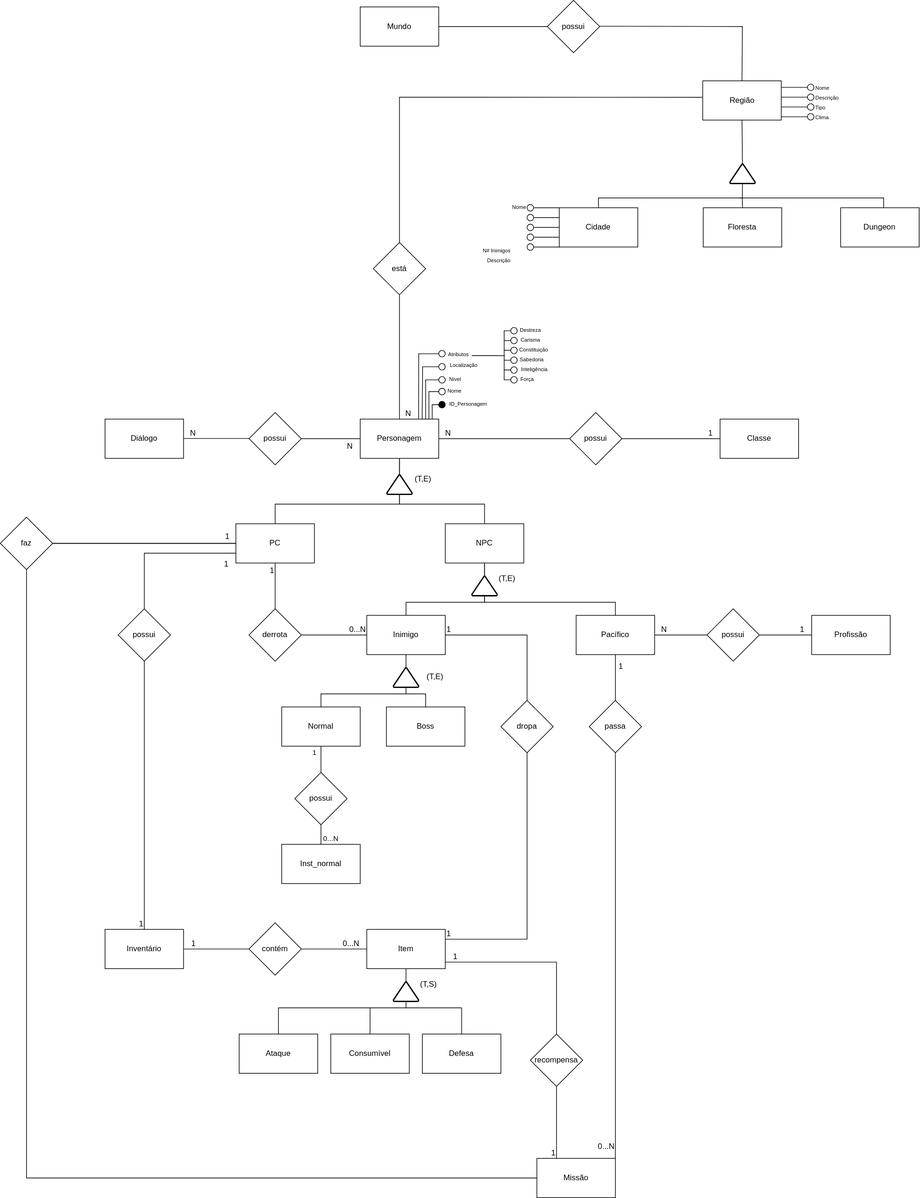
The draw.io diagram docs/modulo_01/DER.drawio.svg in SBD1/2024.2-D-D-classico, before a commit. Source tidied: cells renumbered, new cells last; positions are measured from the earlier drawing's top-left corner, leaving out a move shared by most shapes.
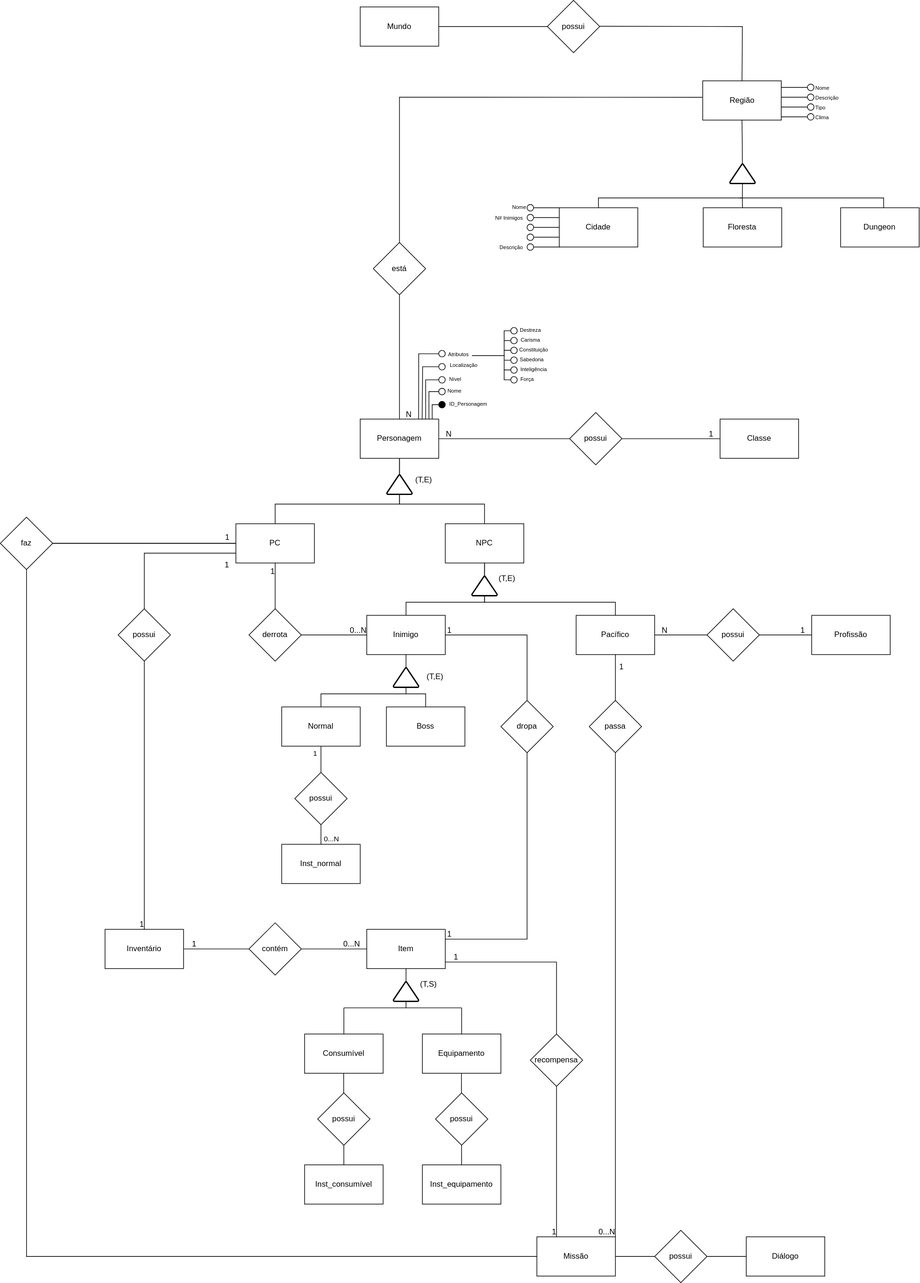
Later version of the same file.

What changed in the source:
```diff
@@ -99,12 +99,6 @@
     <mxCell id="25" value="contém" style="rhombus;whiteSpace=wrap;html=1;rounded=0;" parent="1" vertex="1">
       <mxGeometry x="380" y="1410" width="80" height="80" as="geometry" />
     </mxCell>
-    <mxCell id="26" value="possui" style="rhombus;whiteSpace=wrap;html=1;rounded=0;" parent="1" vertex="1">
-      <mxGeometry x="380" y="630" width="80" height="80" as="geometry" />
-    </mxCell>
-    <mxCell id="27" value="Diálogo" style="whiteSpace=wrap;html=1;rounded=0;" parent="1" vertex="1">
-      <mxGeometry x="160" y="640" width="120" height="60" as="geometry" />
-    </mxCell>
     <mxCell id="28" style="edgeStyle=orthogonalEdgeStyle;rounded=0;jettySize=auto;html=1;endArrow=none;endFill=0;" parent="1" edge="1" source="29" target="30">
       <mxGeometry relative="1" as="geometry" />
     </mxCell>
@@ -127,7 +121,7 @@
       <mxGeometry y="790" width="80" height="80" as="geometry" />
     </mxCell>
     <mxCell id="35" value="Missão" style="rounded=0;whiteSpace=wrap;html=1;" parent="1" vertex="1">
-      <mxGeometry x="820" y="1770" width="120" height="60" as="geometry" />
+      <mxGeometry x="820" y="1890" width="120" height="60" as="geometry" />
     </mxCell>
     <mxCell id="36" style="edgeStyle=orthogonalEdgeStyle;rounded=0;jettySize=auto;html=1;exitX=0.5;exitY=1;exitDx=0;exitDy=0;entryX=1;entryY=0;entryDx=0;entryDy=0;endArrow=none;endFill=0;" parent="1" edge="1" source="37" target="35">
       <mxGeometry relative="1" as="geometry" />
@@ -161,25 +155,6 @@
         <mxPoint x="20" as="offset" />
       </mxGeometry>
     </mxCell>
-    <mxCell id="44" style="endArrow=none;html=1;rounded=0;entryX=1;entryY=0.5;entryDx=0;entryDy=0;exitX=0;exitY=0.5;exitDx=0;exitDy=0;" parent="1" edge="1">
-      <mxGeometry relative="1" as="geometry">
-        <mxPoint x="380" y="669.7" as="sourcePoint" />
-        <mxPoint x="280" y="669.7" as="targetPoint" />
-      </mxGeometry>
-    </mxCell>
-    <mxCell id="45" value="N" style="html=1;whiteSpace=wrap;align=right;verticalAlign=bottom;" parent="44" vertex="1">
-      <mxGeometry x="1" relative="1" as="geometry">
-        <mxPoint x="20" as="offset" />
-      </mxGeometry>
-    </mxCell>
-    <mxCell id="46" style="endArrow=none;html=1;rounded=0;exitX=1;exitY=0.5;exitDx=0;exitDy=0;entryX=0;entryY=0.5;entryDx=0;entryDy=0;" parent="1" edge="1" source="26" target="8">
-      <mxGeometry relative="1" as="geometry" />
-    </mxCell>
-    <mxCell id="47" value="N" style="html=1;whiteSpace=wrap;align=right;verticalAlign=bottom;" parent="46" vertex="1">
-      <mxGeometry x="1" relative="1" as="geometry">
-        <mxPoint x="-10" y="20" as="offset" />
-      </mxGeometry>
-    </mxCell>
     <mxCell id="48" style="endArrow=none;html=1;rounded=0;entryX=0;entryY=0.5;entryDx=0;entryDy=0;" parent="1" edge="1" target="15">
       <mxGeometry relative="1" as="geometry">
         <mxPoint x="460" y="970" as="sourcePoint" />
@@ -277,7 +252,7 @@
       <mxGeometry x="1" relative="1" as="geometry" />
     </mxCell>
     <mxCell id="69" value="0...N" style="html=1;whiteSpace=wrap;align=right;verticalAlign=bottom;" parent="1" vertex="1">
-      <mxGeometry x="940" y="1760" as="geometry" />
+      <mxGeometry x="940" y="1890" as="geometry" />
     </mxCell>
     <mxCell id="70" value="1" style="html=1;whiteSpace=wrap;align=right;verticalAlign=bottom;" parent="1" vertex="1">
       <mxGeometry x="980" y="1030" as="geometry">
@@ -320,9 +295,9 @@
       <mxGeometry x="650" y="1020" width="60" height="30" as="geometry" />
     </mxCell>
     <mxCell id="80" value="Consumível" style="whiteSpace=wrap;html=1;rounded=0;" parent="1" vertex="1">
-      <mxGeometry x="505" y="1580" width="120" height="60" as="geometry" />
+      <mxGeometry x="465" y="1580" width="120" height="60" as="geometry" />
     </mxCell>
-    <mxCell id="81" value="Defesa" style="whiteSpace=wrap;html=1;rounded=0;" parent="1" vertex="1">
+    <mxCell id="81" value="Equipamento" style="whiteSpace=wrap;html=1;rounded=0;" parent="1" vertex="1">
       <mxGeometry x="645" y="1580" width="120" height="60" as="geometry" />
     </mxCell>
     <mxCell id="82" style="endArrow=none;html=1;rounded=0;exitX=0.5;exitY=1;exitDx=0;exitDy=0;" parent="1" edge="1" source="95">
@@ -341,7 +316,7 @@
     </mxCell>
     <mxCell id="84" style="endArrow=none;html=1;rounded=0;exitX=0.5;exitY=0;exitDx=0;exitDy=0;" parent="1" edge="1" source="80">
       <mxGeometry relative="1" as="geometry">
-        <mxPoint x="565" y="1540" as="targetPoint" />
+        <mxPoint x="525" y="1540" as="targetPoint" />
       </mxGeometry>
     </mxCell>
     <mxCell id="85" style="endArrow=none;html=1;rounded=0;entryX=0.5;entryY=0;entryDx=0;entryDy=0;" parent="1" edge="1" target="81">
@@ -352,18 +327,6 @@
         </Array>
       </mxGeometry>
     </mxCell>
-    <mxCell id="86" value="Ataque" style="whiteSpace=wrap;html=1;rounded=0;" parent="1" vertex="1">
-      <mxGeometry x="365" y="1580" width="120" height="60" as="geometry" />
-    </mxCell>
-    <mxCell id="87" style="endArrow=none;html=1;rounded=0;exitX=0.5;exitY=0;exitDx=0;exitDy=0;" parent="1" edge="1" source="86">
-      <mxGeometry relative="1" as="geometry">
-        <mxPoint x="425" y="1540" as="targetPoint" />
-        <Array as="points">
-          <mxPoint x="425" y="1540" />
-          <mxPoint x="525" y="1540" />
-        </Array>
-      </mxGeometry>
-    </mxCell>
     <mxCell id="88" value="(T,S)" style="text;whiteSpace=wrap;html=1;" parent="1" vertex="1">
       <mxGeometry x="640" y="1490" width="60" height="30" as="geometry" />
     </mxCell>
@@ -555,7 +518,7 @@
       <mxGeometry x="805" y="327" width="10" height="10" as="geometry" />
     </mxCell>
     <mxCell id="134" value="&lt;font style=&quot;font-size: 8px;&quot;&gt;Descrição&lt;br&gt;&lt;/font&gt;" style="text;html=1;align=right;verticalAlign=middle;strokeColor=none;fillColor=none;" parent="1" vertex="1">
-      <mxGeometry x="720.8" y="382" width="60" height="30" as="geometry" />
+      <mxGeometry x="740" y="362" width="60" height="30" as="geometry" />
     </mxCell>
     <mxCell id="135" style="endArrow=none;html=1;rounded=0;exitX=1;exitY=0.25;exitDx=0;exitDy=0;" parent="1" edge="1">
       <mxGeometry relative="1" as="geometry">
@@ -576,7 +539,7 @@
       <mxGeometry x="805" y="357" width="10" height="10" as="geometry" />
     </mxCell>
     <mxCell id="139" value="&lt;font style=&quot;font-size: 8px;&quot;&gt;N# Inimigos&lt;br&gt;&lt;/font&gt;" style="text;html=1;align=right;verticalAlign=middle;strokeColor=none;fillColor=none;" parent="1" vertex="1">
-      <mxGeometry x="720.8" y="369" width="60" height="26" as="geometry" />
+      <mxGeometry x="740" y="319" width="60" height="26" as="geometry" />
     </mxCell>
     <mxCell id="140" style="endArrow=none;html=1;rounded=0;exitX=1;exitY=0.25;exitDx=0;exitDy=0;" parent="1" edge="1">
       <mxGeometry relative="1" as="geometry">
@@ -730,5 +693,40 @@
     <mxCell id="170" style="endArrow=none;html=1;rounded=0;entryX=0.5;entryY=1;entryDx=0;entryDy=0;" parent="1" edge="1" source="143" target="114">
       <mxGeometry relative="1" as="geometry" />
     </mxCell>
+    <mxCell id="171" value="Inst_consumível" style="whiteSpace=wrap;html=1;rounded=0;" parent="1" vertex="1">
+      <mxGeometry x="465" y="1780" width="120" height="60" as="geometry" />
+    </mxCell>
+    <mxCell id="172" value="Inst_equipamento" style="whiteSpace=wrap;html=1;rounded=0;" parent="1" vertex="1">
+      <mxGeometry x="645" y="1780" width="120" height="60" as="geometry" />
+    </mxCell>
+    <mxCell id="173" style="endArrow=none;html=1;rounded=0;exitX=0.5;exitY=0;exitDx=0;exitDy=0;" parent="1" edge="1" source="171">
+      <mxGeometry relative="1" as="geometry">
+        <mxPoint x="524.8" y="1640" as="targetPoint" />
+      </mxGeometry>
+    </mxCell>
+    <mxCell id="174" style="endArrow=none;html=1;rounded=0;exitX=0.5;exitY=0;exitDx=0;exitDy=0;" parent="1" edge="1">
+      <mxGeometry relative="1" as="geometry">
+        <mxPoint x="705" y="1780" as="sourcePoint" />
+        <mxPoint x="704.7" y="1640" as="targetPoint" />
+      </mxGeometry>
+    </mxCell>
+    <mxCell id="175" value="possui" style="rhombus;whiteSpace=wrap;html=1;rounded=0;" parent="1" vertex="1">
+      <mxGeometry x="485" y="1670" width="80" height="80" as="geometry" />
+    </mxCell>
+    <mxCell id="176" value="possui" style="rhombus;whiteSpace=wrap;html=1;rounded=0;" parent="1" vertex="1">
+      <mxGeometry x="665" y="1670" width="80" height="80" as="geometry" />
+    </mxCell>
+    <mxCell id="177" style="edgeStyle=orthogonalEdgeStyle;rounded=0;jettySize=auto;html=1;exitX=0;exitY=0.5;exitDx=0;exitDy=0;entryX=1;entryY=0.5;entryDx=0;entryDy=0;endArrow=none;endFill=0;" parent="1" edge="1" source="178" target="35">
+      <mxGeometry relative="1" as="geometry" />
+    </mxCell>
+    <mxCell id="178" value="possui" style="rhombus;whiteSpace=wrap;html=1;rounded=0;" parent="1" vertex="1">
+      <mxGeometry x="1000" y="1880" width="80" height="80" as="geometry" />
+    </mxCell>
+    <mxCell id="179" style="edgeStyle=orthogonalEdgeStyle;rounded=0;jettySize=auto;html=1;exitX=0;exitY=0.5;exitDx=0;exitDy=0;entryX=1;entryY=0.5;entryDx=0;entryDy=0;strokeColor=default;endArrow=none;endFill=0;" parent="1" edge="1" source="27" target="178">
+      <mxGeometry relative="1" as="geometry" />
+    </mxCell>
+    <mxCell id="27" value="Diálogo" style="whiteSpace=wrap;html=1;rounded=0;" parent="1" vertex="1">
+      <mxGeometry x="1140" y="1890" width="120" height="60" as="geometry" />
+    </mxCell>
   </root>
 </mxGraphModel>
```
